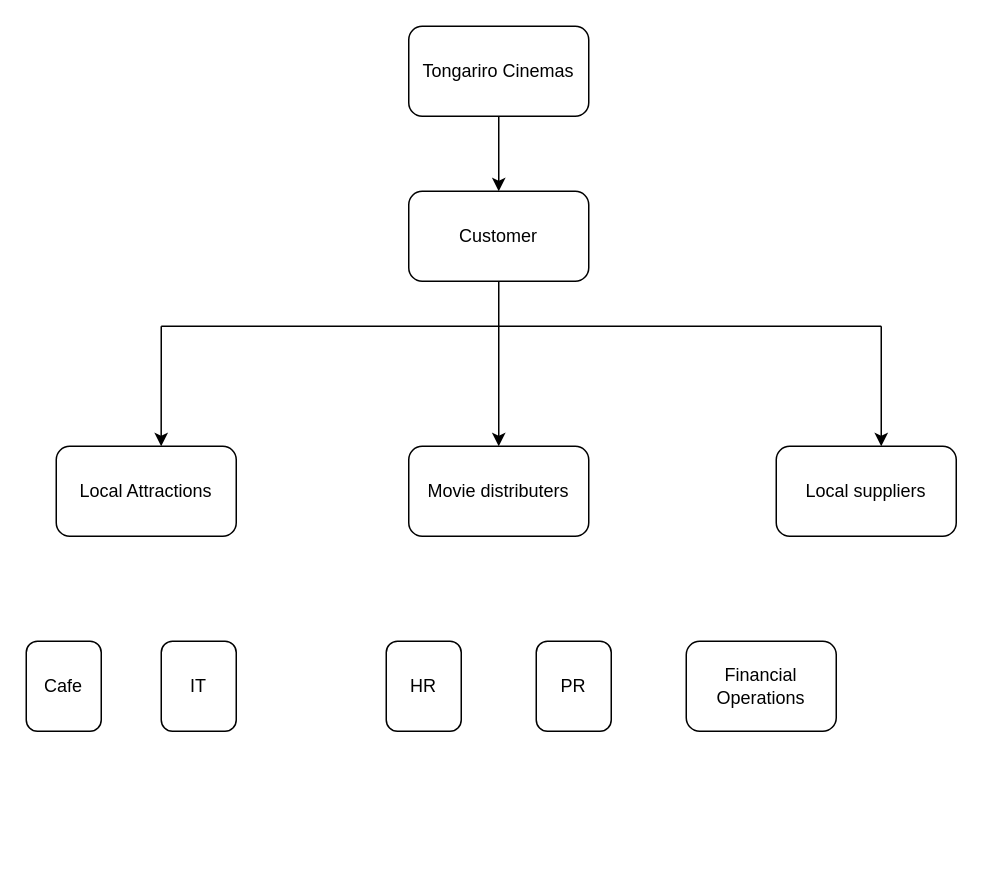
julieeesy/Requirement-Analysis-and-Solution-Design keeps this draw.io diagram as Untitled Diagram.drawio. Above is the earlier version. Source tidied: cells renumbered, new cells numbered last; positions are measured from the earlier drawing's top-left corner, leaving out a move shared by most shapes. Both pictures are drawn from the tidied source at 150%, with x=0, y=0 at pixel (26, 26).
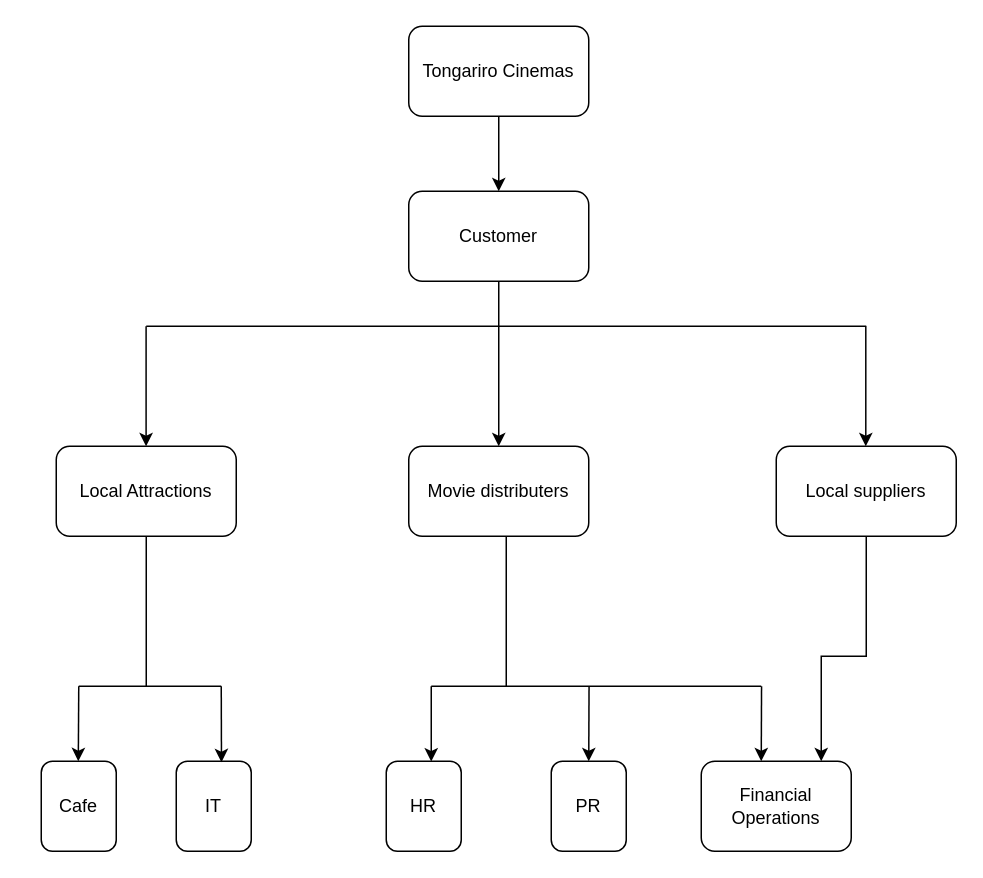
After the change.

Unchanged cells that the change refers to:
```xml
<mxCell id="4" value="Local Attractions" style="rounded=1;whiteSpace=wrap;html=1;" parent="1" vertex="1">
  <mxGeometry x="20" y="280" width="120" height="60" as="geometry" />
</mxCell>
<mxCell id="6" value="Local suppliers" style="rounded=1;whiteSpace=wrap;html=1;" parent="1" vertex="1">
  <mxGeometry x="500" y="280" width="120" height="60" as="geometry" />
</mxCell>
```

The edit, as a diff of the source:
```diff
@@
     <mxCell id="7" value="Cafe" style="rounded=1;whiteSpace=wrap;html=1;" parent="1" vertex="1">
-      <mxGeometry y="410" width="50" height="60" as="geometry" />
+      <mxGeometry x="10" y="490" width="50" height="60" as="geometry" />
     </mxCell>
     <mxCell id="8" value="IT" style="rounded=1;whiteSpace=wrap;html=1;" parent="1" vertex="1">
-      <mxGeometry x="90" y="410" width="50" height="60" as="geometry" />
+      <mxGeometry x="100" y="490" width="50" height="60" as="geometry" />
     </mxCell>
     <mxCell id="9" value="HR" style="rounded=1;whiteSpace=wrap;html=1;" parent="1" vertex="1">
-      <mxGeometry x="240" y="410" width="50" height="60" as="geometry" />
+      <mxGeometry x="240" y="490" width="50" height="60" as="geometry" />
     </mxCell>
     <mxCell id="10" value="PR" style="rounded=1;whiteSpace=wrap;html=1;" parent="1" vertex="1">
-      <mxGeometry x="340" y="410" width="50" height="60" as="geometry" />
+      <mxGeometry x="350" y="490" width="50" height="60" as="geometry" />
     </mxCell>
     <mxCell id="11" value="Financial Operations" style="rounded=1;whiteSpace=wrap;html=1;" parent="1" vertex="1">
-      <mxGeometry x="440" y="410" width="100" height="60" as="geometry" />
+      <mxGeometry x="450" y="490" width="100" height="60" as="geometry" />
     </mxCell>
@@
     <mxCell id="14" style="endArrow=none;html=1;rounded=0;" parent="1" edge="1">
       <mxGeometry relative="1" as="geometry">
-        <mxPoint x="90" y="200" as="sourcePoint" />
-        <mxPoint x="570" y="200" as="targetPoint" />
+        <mxPoint x="80" y="200" as="sourcePoint" />
+        <mxPoint x="560" y="200" as="targetPoint" />
       </mxGeometry>
     </mxCell>
-    <mxCell id="15" style="endArrow=classic;html=1;rounded=0;entryX=0.583;entryY=0;entryDx=0;entryDy=0;entryPerimeter=0;" parent="1" edge="1" target="4">
+    <mxCell id="15" style="endArrow=classic;html=1;rounded=0;entryX=0.583;entryY=0;entryDx=0;entryDy=0;entryPerimeter=0;" parent="1" edge="1">
       <mxGeometry relative="1" as="geometry">
-        <mxPoint x="90" y="200" as="sourcePoint" />
+        <mxPoint x="79.9" y="200" as="sourcePoint" />
+        <mxPoint x="79.9" y="280" as="targetPoint" />
       </mxGeometry>
     </mxCell>
@@
     <mxCell id="17" style="endArrow=classic;html=1;rounded=0;entryX=0.583;entryY=0;entryDx=0;entryDy=0;entryPerimeter=0;" parent="1" edge="1">
       <mxGeometry relative="1" as="geometry">
-        <mxPoint x="570" y="200" as="sourcePoint" />
-        <mxPoint x="570" y="280" as="targetPoint" />
+        <mxPoint x="559.7" y="200" as="sourcePoint" />
+        <mxPoint x="559.7" y="280" as="targetPoint" />
       </mxGeometry>
     </mxCell>
+    <mxCell id="18" style="endArrow=none;html=1;rounded=0;" parent="1" edge="1">
+      <mxGeometry relative="1" as="geometry">
+        <mxPoint x="35" y="440" as="sourcePoint" />
+        <mxPoint x="130" y="440" as="targetPoint" />
+      </mxGeometry>
+    </mxCell>
+    <mxCell id="19" style="endArrow=classic;html=1;rounded=0;entryX=0.583;entryY=0;entryDx=0;entryDy=0;entryPerimeter=0;" parent="1" edge="1">
+      <mxGeometry relative="1" as="geometry">
+        <mxPoint x="35" y="440" as="sourcePoint" />
+        <mxPoint x="34.7" y="490" as="targetPoint" />
+      </mxGeometry>
+    </mxCell>
+    <mxCell id="20" style="endArrow=classic;html=1;rounded=0;entryX=0.603;entryY=0.011;entryDx=0;entryDy=0;entryPerimeter=0;" parent="1" edge="1" target="8">
+      <mxGeometry relative="1" as="geometry">
+        <mxPoint x="130" y="440" as="sourcePoint" />
+      </mxGeometry>
+    </mxCell>
+    <mxCell id="21" style="endArrow=classic;html=1;rounded=0;entryX=0.6;entryY=0.003;entryDx=0;entryDy=0;entryPerimeter=0;" parent="1" edge="1" target="9">
+      <mxGeometry relative="1" as="geometry">
+        <mxPoint x="270" y="440" as="sourcePoint" />
+      </mxGeometry>
+    </mxCell>
+    <mxCell id="22" style="endArrow=classic;html=1;rounded=0;entryX=0.583;entryY=0;entryDx=0;entryDy=0;entryPerimeter=0;" parent="1" edge="1">
+      <mxGeometry relative="1" as="geometry">
+        <mxPoint x="375.2" y="440" as="sourcePoint" />
+        <mxPoint x="375" y="490" as="targetPoint" />
+      </mxGeometry>
+    </mxCell>
+    <mxCell id="23" style="endArrow=classic;html=1;rounded=0;entryX=0.583;entryY=0;entryDx=0;entryDy=0;entryPerimeter=0;" parent="1" edge="1">
+      <mxGeometry relative="1" as="geometry">
+        <mxPoint x="490.2" y="440" as="sourcePoint" />
+        <mxPoint x="490" y="490" as="targetPoint" />
+      </mxGeometry>
+    </mxCell>
+    <mxCell id="24" style="endArrow=none;html=1;rounded=0;" parent="1" edge="1">
+      <mxGeometry relative="1" as="geometry">
+        <mxPoint x="270" y="440" as="sourcePoint" />
+        <mxPoint x="490" y="440" as="targetPoint" />
+      </mxGeometry>
+    </mxCell>
+    <mxCell id="25" style="endArrow=none;html=1;rounded=0;entryX=0.5;entryY=1;entryDx=0;entryDy=0;" parent="1" edge="1" target="4">
+      <mxGeometry relative="1" as="geometry">
+        <mxPoint x="80" y="440" as="sourcePoint" />
+      </mxGeometry>
+    </mxCell>
+    <mxCell id="26" style="endArrow=none;html=1;rounded=0;entryX=0.5;entryY=1;entryDx=0;entryDy=0;" parent="1" edge="1">
+      <mxGeometry relative="1" as="geometry">
+        <mxPoint x="320" y="440" as="sourcePoint" />
+        <mxPoint x="320" y="340" as="targetPoint" />
+      </mxGeometry>
+    </mxCell>
+    <mxCell id="27" style="endArrow=classic;html=1;rounded=0;entryX=0.583;entryY=0;entryDx=0;entryDy=0;entryPerimeter=0;exitX=0.5;exitY=1;exitDx=0;exitDy=0;" parent="1" edge="1" source="6">
+      <mxGeometry relative="1" as="geometry">
+        <mxPoint x="530" y="490" as="targetPoint" />
+        <Array as="points">
+          <mxPoint x="560" y="420" />
+          <mxPoint x="530" y="420" />
+        </Array>
+      </mxGeometry>
+    </mxCell>
```
